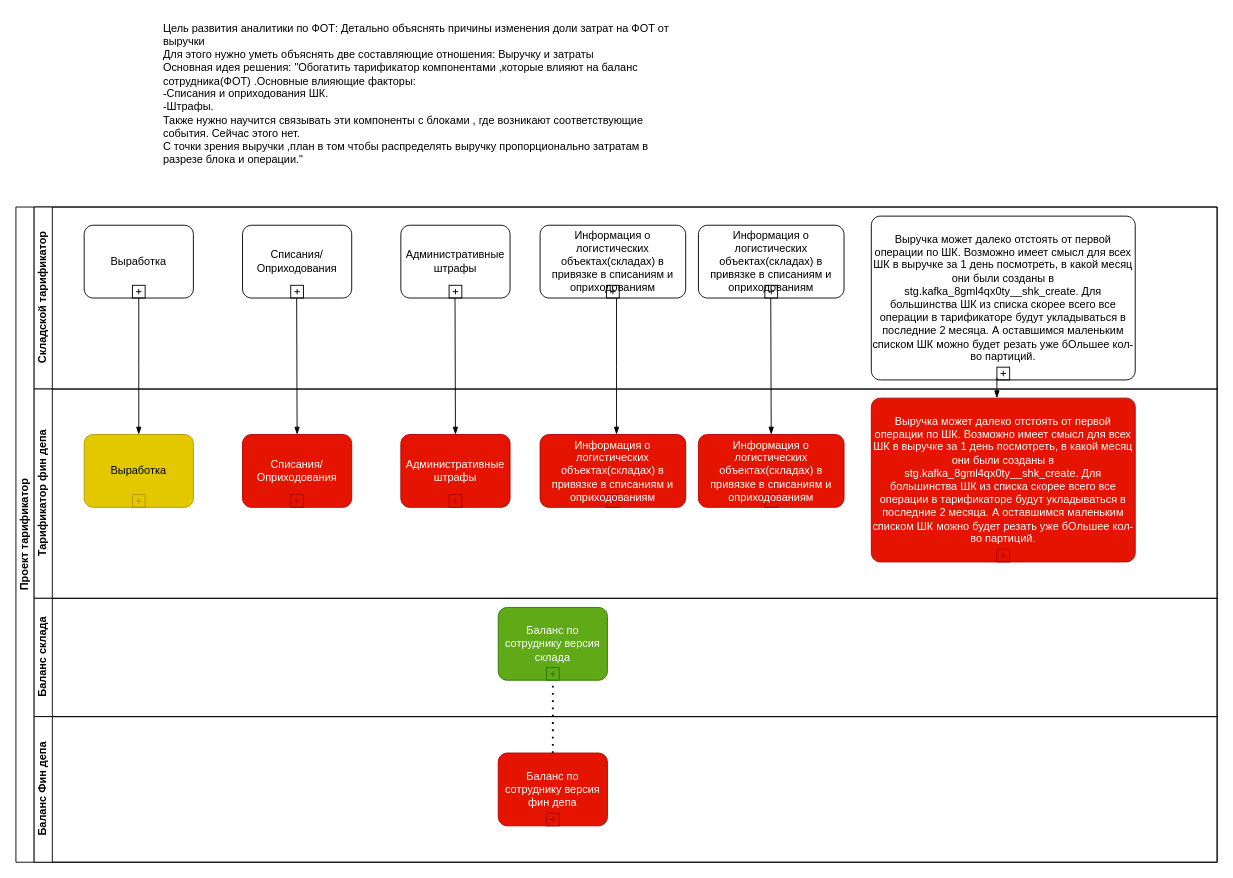
Above: Диаграмма без названия.drawio in AntonKoltsov85/Schemes (draw.io), before the change. Source tidied: cells renumbered, new cells numbered last; positions are measured from the earlier drawing's top-left corner, leaving out a move shared by most shapes. Both pictures are drawn from the tidied source at 91%, with x=0, y=0 at pixel (15, 15).
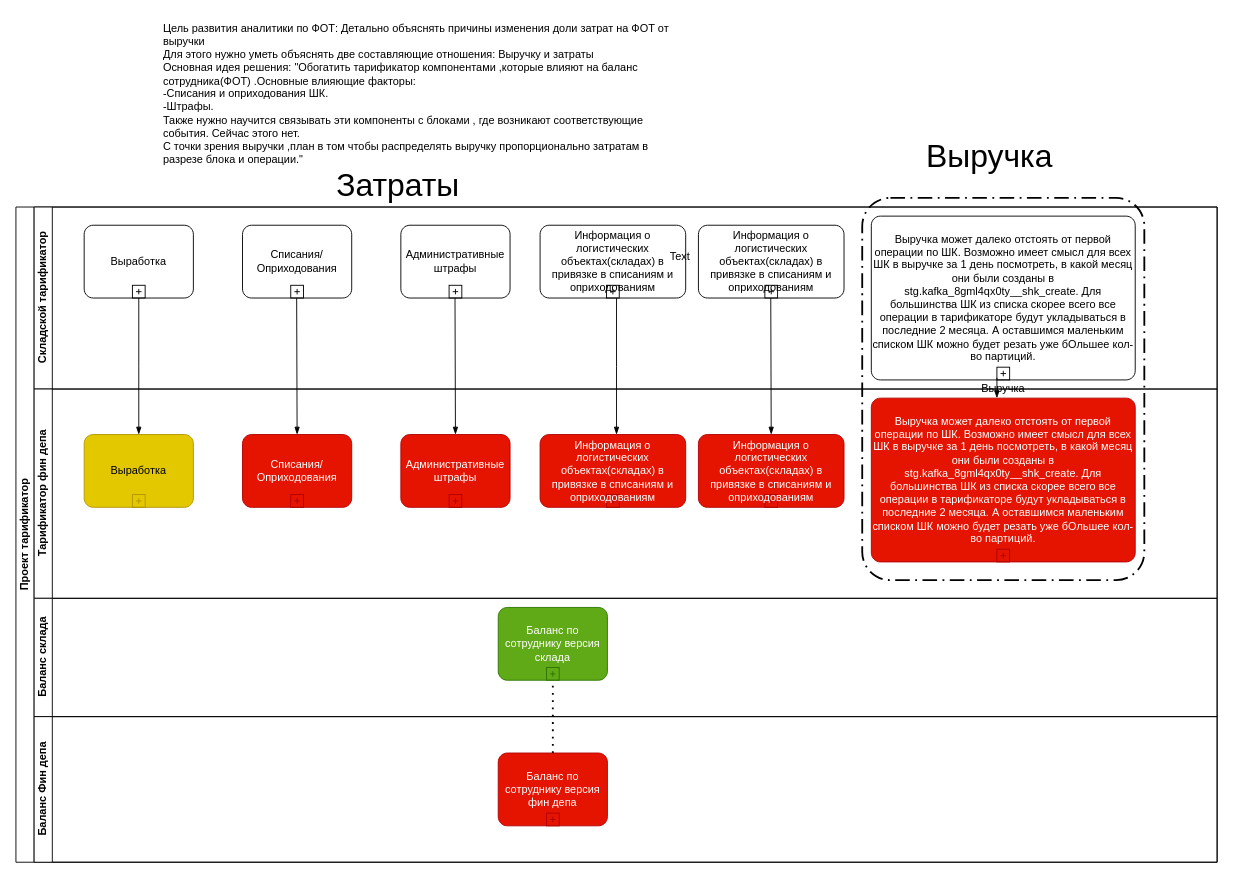
The same diagram, later.

Change to the diagram source:
```diff
@@
+    <mxCell id="29" value="Выручка" style="rounded=1;arcSize=10;dashed=1;strokeColor=#000000;fillColor=none;gradientColor=none;dashPattern=8 3 1 3;strokeWidth=2;whiteSpace=wrap;html=1;" parent="1" vertex="1">
+      <mxGeometry x="930" y="200" width="310" height="420" as="geometry" />
+    </mxCell>
+    <mxCell id="30" value="Text" style="text;html=1;align=center;verticalAlign=middle;whiteSpace=wrap;rounded=0;" parent="1" vertex="1">
+      <mxGeometry x="700" y="250" width="60" height="30" as="geometry" />
+    </mxCell>
+    <mxCell id="31" value="Затраты" style="text;html=1;align=center;verticalAlign=middle;whiteSpace=wrap;rounded=0;fontSize=35;" parent="1" vertex="1">
+      <mxGeometry x="390" y="170" width="60" height="30" as="geometry" />
+    </mxCell>
+    <mxCell id="32" value="Выручка&lt;div style=&quot;font-size: 35px;&quot;&gt;&lt;br style=&quot;font-size: 35px;&quot;&gt;&lt;/div&gt;" style="text;html=1;align=center;verticalAlign=middle;whiteSpace=wrap;rounded=0;fontSize=35;" parent="1" vertex="1">
+      <mxGeometry x="1040" y="170" width="60" height="10" as="geometry" />
+    </mxCell>
```
